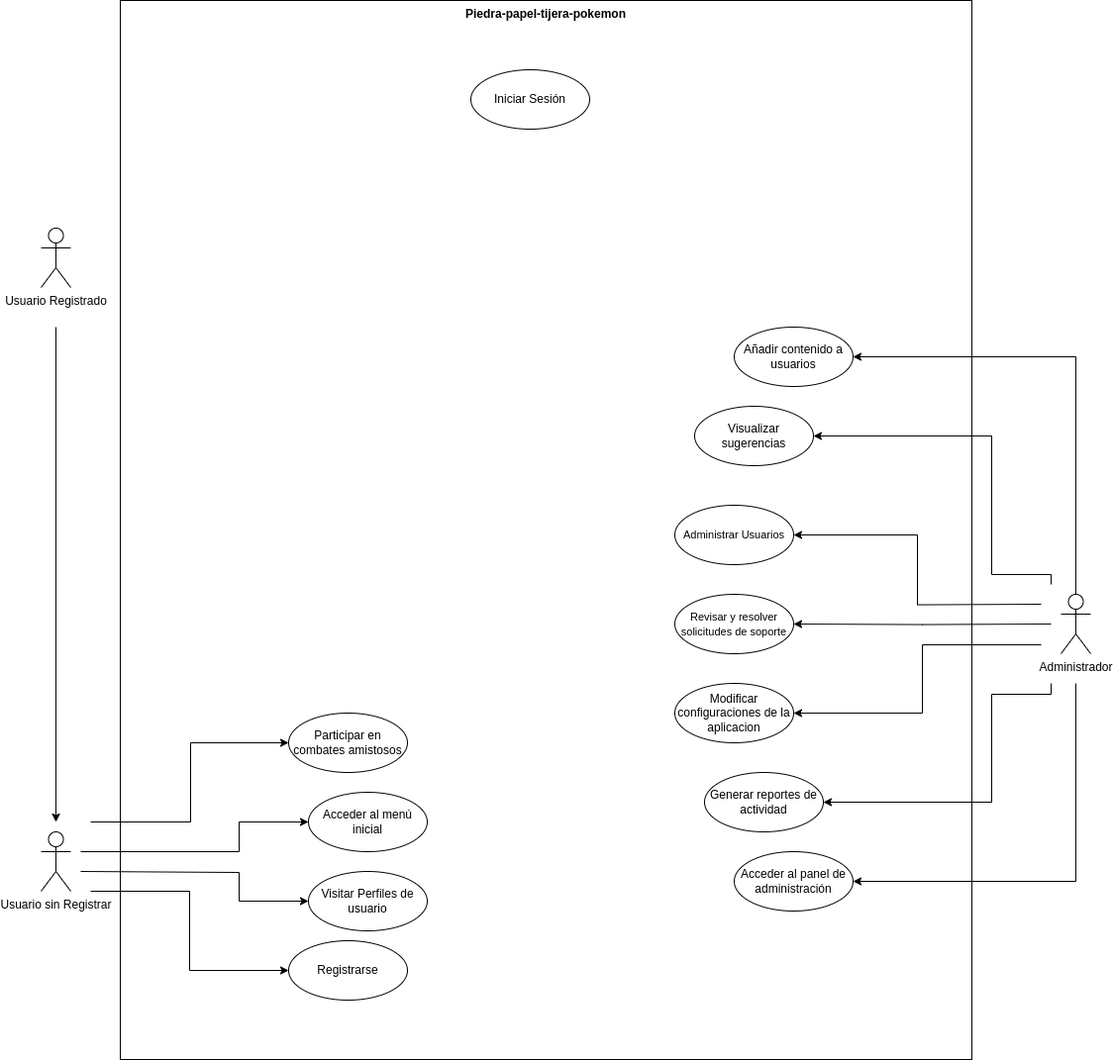
The draw.io diagram docs/diseño/diagramas/Diagrama-piedra-papel-tijera.drawio.png in diego-febles-seoane/piedra-papel-o-tijera-pokemon, before a commit. Source tidied: cells renumbered, new cells last; positions are measured from the earlier drawing's top-left corner, leaving out a move shared by most shapes. The source it was exported from:
```xml
<mxGraphModel>
  <root>
    <mxCell id="0" />
    <mxCell id="1" parent="0" />
    <mxCell id="2" style="edgeStyle=orthogonalEdgeStyle;rounded=0;orthogonalLoop=1;jettySize=auto;html=1;" parent="1" edge="1">
      <mxGeometry relative="1" as="geometry">
        <mxPoint x="15" y="330" as="sourcePoint" />
        <mxPoint x="15" y="830" as="targetPoint" />
        <Array as="points">
          <mxPoint x="15" y="330" />
        </Array>
      </mxGeometry>
    </mxCell>
    <mxCell id="3" value="Usuario Registrado" style="shape=umlActor;html=1;verticalLabelPosition=bottom;verticalAlign=top;align=center;" parent="1" vertex="1">
      <mxGeometry y="230" width="30" height="60" as="geometry" />
    </mxCell>
    <mxCell id="4" value="Piedra-papel-tijera-pokemon" style="shape=rect;html=1;verticalAlign=top;fontStyle=1;whiteSpace=wrap;align=center;" parent="1" vertex="1">
      <mxGeometry x="80" width="860" height="1070" as="geometry" />
    </mxCell>
    <mxCell id="5" style="edgeStyle=orthogonalEdgeStyle;rounded=0;jettySize=auto;html=1;entryX=0;entryY=0.5;entryDx=0;entryDy=0;" parent="1" edge="1" target="22">
      <mxGeometry relative="1" as="geometry">
        <mxPoint x="50" y="830" as="sourcePoint" />
        <Array as="points">
          <mxPoint x="151" y="830" />
          <mxPoint x="151" y="750" />
        </Array>
      </mxGeometry>
    </mxCell>
    <mxCell id="6" style="edgeStyle=orthogonalEdgeStyle;rounded=0;jettySize=auto;html=1;entryX=0;entryY=0.5;entryDx=0;entryDy=0;" parent="1" edge="1" target="21">
      <mxGeometry relative="1" as="geometry">
        <mxPoint x="40" y="860" as="sourcePoint" />
        <Array as="points">
          <mxPoint x="200" y="860" />
          <mxPoint x="200" y="830" />
        </Array>
      </mxGeometry>
    </mxCell>
    <mxCell id="7" style="edgeStyle=orthogonalEdgeStyle;rounded=0;jettySize=auto;html=1;entryX=0;entryY=0.5;entryDx=0;entryDy=0;" parent="1" edge="1" target="19">
      <mxGeometry relative="1" as="geometry">
        <mxPoint x="50" y="900" as="sourcePoint" />
        <Array as="points">
          <mxPoint x="150" y="900" />
          <mxPoint x="150" y="980" />
        </Array>
      </mxGeometry>
    </mxCell>
    <mxCell id="8" style="edgeStyle=orthogonalEdgeStyle;rounded=0;jettySize=auto;html=1;entryX=0;entryY=0.5;entryDx=0;entryDy=0;" parent="1" edge="1" target="20">
      <mxGeometry relative="1" as="geometry">
        <mxPoint x="40" y="880" as="sourcePoint" />
        <Array as="points">
          <mxPoint x="200" y="881" />
          <mxPoint x="200" y="910" />
        </Array>
      </mxGeometry>
    </mxCell>
    <mxCell id="9" value="Usuario sin Registrar" style="shape=umlActor;html=1;verticalLabelPosition=bottom;verticalAlign=top;align=center;" parent="1" vertex="1">
      <mxGeometry y="840" width="30" height="60" as="geometry" />
    </mxCell>
    <mxCell id="10" style="edgeStyle=orthogonalEdgeStyle;rounded=0;jettySize=auto;html=1;entryX=1;entryY=0.5;entryDx=0;entryDy=0;" parent="1" edge="1" target="26">
      <mxGeometry relative="1" as="geometry">
        <mxPoint x="1020" y="630" as="sourcePoint" />
      </mxGeometry>
    </mxCell>
    <mxCell id="11" style="edgeStyle=orthogonalEdgeStyle;rounded=0;jettySize=auto;html=1;entryX=1;entryY=0.5;entryDx=0;entryDy=0;" parent="1" edge="1" target="29">
      <mxGeometry relative="1" as="geometry">
        <mxPoint x="1010" y="610" as="sourcePoint" />
      </mxGeometry>
    </mxCell>
    <mxCell id="12" style="edgeStyle=orthogonalEdgeStyle;rounded=0;jettySize=auto;html=1;entryX=1;entryY=0.5;entryDx=0;entryDy=0;" parent="1" edge="1" target="25">
      <mxGeometry relative="1" as="geometry">
        <mxPoint x="1010" y="651" as="sourcePoint" />
        <Array as="points">
          <mxPoint x="890" y="651" />
          <mxPoint x="890" y="720" />
        </Array>
      </mxGeometry>
    </mxCell>
    <mxCell id="13" style="edgeStyle=orthogonalEdgeStyle;rounded=0;jettySize=auto;html=1;entryX=1;entryY=0.5;entryDx=0;entryDy=0;" parent="1" edge="1" target="27">
      <mxGeometry relative="1" as="geometry">
        <mxPoint x="1020" y="590" as="sourcePoint" />
        <Array as="points">
          <mxPoint x="1020" y="580" />
          <mxPoint x="960" y="580" />
          <mxPoint x="960" y="440" />
        </Array>
      </mxGeometry>
    </mxCell>
    <mxCell id="14" style="edgeStyle=orthogonalEdgeStyle;rounded=0;jettySize=auto;html=1;exitX=0.5;exitY=0;exitDx=0;exitDy=0;exitPerimeter=0;entryX=1;entryY=0.5;entryDx=0;entryDy=0;" parent="1" edge="1" source="17" target="28">
      <mxGeometry relative="1" as="geometry" />
    </mxCell>
    <mxCell id="15" style="edgeStyle=orthogonalEdgeStyle;rounded=0;jettySize=auto;html=1;entryX=1;entryY=0.5;entryDx=0;entryDy=0;" parent="1" edge="1" target="24">
      <mxGeometry relative="1" as="geometry">
        <mxPoint x="1045" y="690" as="sourcePoint" />
        <Array as="points">
          <mxPoint x="1045" y="890" />
        </Array>
      </mxGeometry>
    </mxCell>
    <mxCell id="16" style="edgeStyle=orthogonalEdgeStyle;rounded=0;jettySize=auto;html=1;entryX=1;entryY=0.5;entryDx=0;entryDy=0;" parent="1" edge="1" target="23">
      <mxGeometry relative="1" as="geometry">
        <mxPoint x="1020" y="690" as="sourcePoint" />
        <Array as="points">
          <mxPoint x="1020" y="690" />
          <mxPoint x="1020" y="701" />
          <mxPoint x="960" y="701" />
          <mxPoint x="960" y="810" />
        </Array>
      </mxGeometry>
    </mxCell>
    <mxCell id="17" value="Administrador" style="shape=umlActor;html=1;verticalLabelPosition=bottom;verticalAlign=top;align=center;" parent="1" vertex="1">
      <mxGeometry x="1030" y="600" width="30" height="60" as="geometry" />
    </mxCell>
    <mxCell id="18" value="Iniciar Sesión" style="ellipse;whiteSpace=wrap;html=1;" parent="1" vertex="1">
      <mxGeometry x="434" y="70" width="120" height="60" as="geometry" />
    </mxCell>
    <mxCell id="19" value="Registrarse" style="ellipse;whiteSpace=wrap;html=1;" parent="1" vertex="1">
      <mxGeometry x="250" y="950" width="120" height="60" as="geometry" />
    </mxCell>
    <mxCell id="20" value="Visitar Perfiles de usuario" style="ellipse;whiteSpace=wrap;html=1;" parent="1" vertex="1">
      <mxGeometry x="270" y="880" width="120" height="60" as="geometry" />
    </mxCell>
    <mxCell id="21" value="&lt;span style=&quot;color: rgb(0, 0, 0); font-family: Helvetica; font-size: 12px; font-style: normal; font-variant-ligatures: normal; font-variant-caps: normal; font-weight: 400; letter-spacing: normal; orphans: 2; text-align: center; text-indent: 0px; text-transform: none; widows: 2; word-spacing: 0px; -webkit-text-stroke-width: 0px; white-space: normal; background-color: rgb(251, 251, 251); text-decoration-thickness: initial; text-decoration-style: initial; text-decoration-color: initial; display: inline !important; float: none;&quot;&gt;Acceder al menú inicial&lt;/span&gt;" style="ellipse;whiteSpace=wrap;html=1;" parent="1" vertex="1">
      <mxGeometry x="270" y="800" width="120" height="60" as="geometry" />
    </mxCell>
    <mxCell id="22" value="Participar en combates amistosos" style="ellipse;whiteSpace=wrap;html=1;" parent="1" vertex="1">
      <mxGeometry x="250" y="720" width="120" height="60" as="geometry" />
    </mxCell>
    <mxCell id="23" value="Generar reportes de actividad" style="ellipse;whiteSpace=wrap;html=1;" parent="1" vertex="1">
      <mxGeometry x="670" y="780" width="120" height="60" as="geometry" />
    </mxCell>
    <mxCell id="24" value="Acceder al panel de administración" style="ellipse;whiteSpace=wrap;html=1;" parent="1" vertex="1">
      <mxGeometry x="700" y="860" width="120" height="60" as="geometry" />
    </mxCell>
    <mxCell id="25" value="Modificar configuraciones de la aplicacion" style="ellipse;whiteSpace=wrap;html=1;" parent="1" vertex="1">
      <mxGeometry x="640" y="690" width="120" height="60" as="geometry" />
    </mxCell>
    <mxCell id="26" value="&lt;font style=&quot;font-size: 11px;&quot;&gt;Revisar y resolver solicitudes de soporte&lt;/font&gt;" style="ellipse;whiteSpace=wrap;html=1;" parent="1" vertex="1">
      <mxGeometry x="640" y="600" width="120" height="60" as="geometry" />
    </mxCell>
    <mxCell id="27" value="Visualizar sugerencias" style="ellipse;whiteSpace=wrap;html=1;" parent="1" vertex="1">
      <mxGeometry x="660" y="410" width="120" height="60" as="geometry" />
    </mxCell>
    <mxCell id="28" value="Añadir contenido a usuarios" style="ellipse;whiteSpace=wrap;html=1;" parent="1" vertex="1">
      <mxGeometry x="700" y="330" width="120" height="60" as="geometry" />
    </mxCell>
    <mxCell id="29" value="&lt;span style=&quot;font-size: 11px;&quot;&gt;Administrar Usuarios&lt;/span&gt;" style="ellipse;whiteSpace=wrap;html=1;" parent="1" vertex="1">
      <mxGeometry x="640" y="510" width="120" height="60" as="geometry" />
    </mxCell>
  </root>
</mxGraphModel>
```
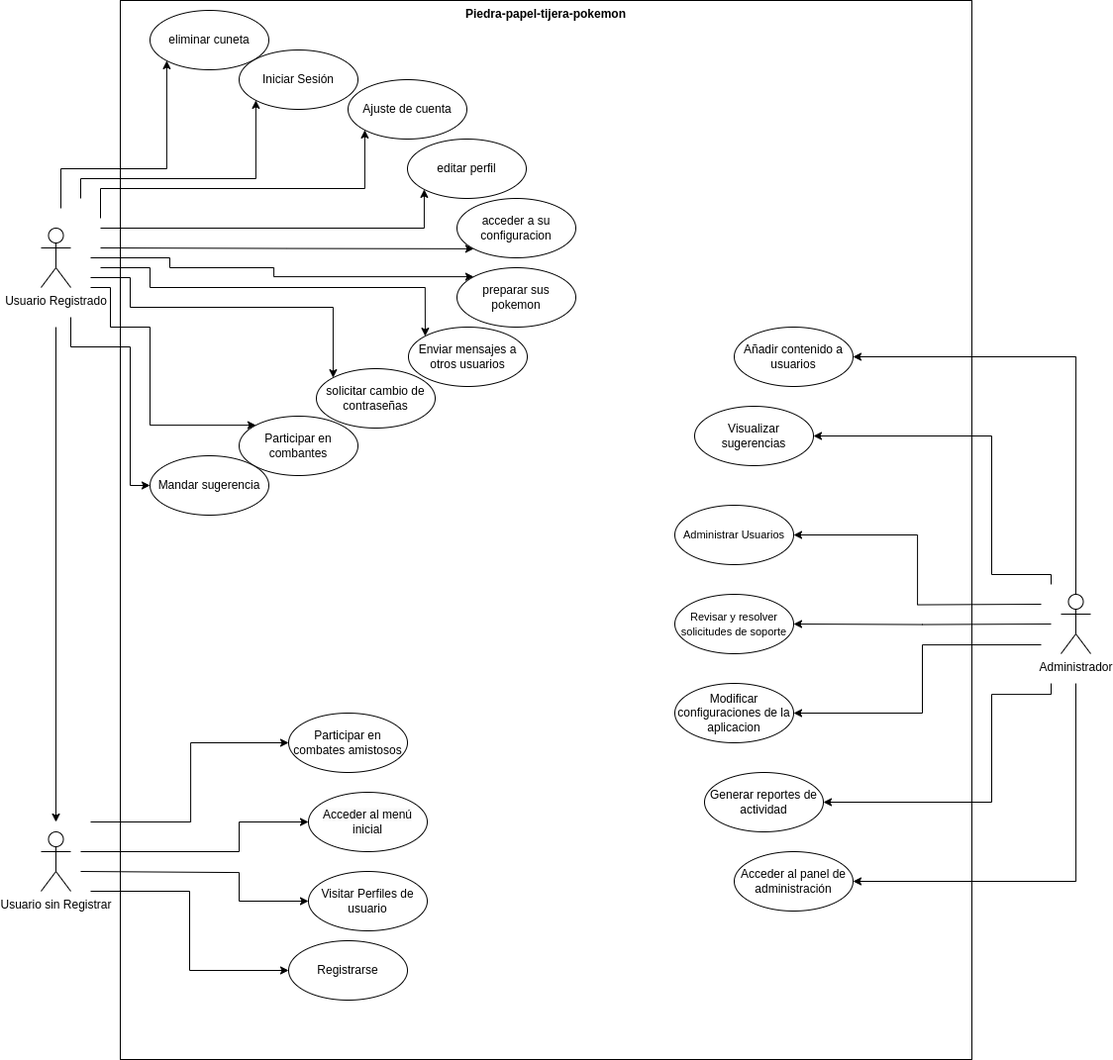
After the change.

The edit, as a diff of the source:
```diff
@@ -2,6 +2,9 @@
   <root>
     <mxCell id="0" />
     <mxCell id="1" parent="0" />
+    <mxCell id="4" value="Piedra-papel-tijera-pokemon" style="shape=rect;html=1;verticalAlign=top;fontStyle=1;whiteSpace=wrap;align=center;" parent="1" vertex="1">
+      <mxGeometry x="80" width="860" height="1070" as="geometry" />
+    </mxCell>
     <mxCell id="2" style="edgeStyle=orthogonalEdgeStyle;rounded=0;orthogonalLoop=1;jettySize=auto;html=1;" parent="1" edge="1">
       <mxGeometry relative="1" as="geometry">
         <mxPoint x="15" y="330" as="sourcePoint" />
@@ -11,12 +14,101 @@
         </Array>
       </mxGeometry>
     </mxCell>
+    <mxCell id="30" style="edgeStyle=orthogonalEdgeStyle;rounded=0;jettySize=auto;html=1;entryX=0;entryY=1;entryDx=0;entryDy=0;" parent="1" edge="1" target="47">
+      <mxGeometry relative="1" as="geometry">
+        <mxPoint x="20" y="210" as="sourcePoint" />
+        <Array as="points">
+          <mxPoint x="20" y="170" />
+          <mxPoint x="127" y="170" />
+        </Array>
+      </mxGeometry>
+    </mxCell>
+    <mxCell id="31" style="edgeStyle=orthogonalEdgeStyle;rounded=0;jettySize=auto;html=1;entryX=0;entryY=1;entryDx=0;entryDy=0;" parent="1" edge="1" target="40">
+      <mxGeometry relative="1" as="geometry">
+        <mxPoint x="60" y="220" as="sourcePoint" />
+        <Array as="points">
+          <mxPoint x="60" y="190" />
+          <mxPoint x="327" y="190" />
+        </Array>
+      </mxGeometry>
+    </mxCell>
+    <mxCell id="32" style="edgeStyle=orthogonalEdgeStyle;rounded=0;jettySize=auto;html=1;entryX=0;entryY=1;entryDx=0;entryDy=0;" parent="1" edge="1" target="18">
+      <mxGeometry relative="1" as="geometry">
+        <mxPoint x="40" y="200" as="sourcePoint" />
+        <Array as="points">
+          <mxPoint x="40" y="180" />
+          <mxPoint x="217" y="180" />
+        </Array>
+      </mxGeometry>
+    </mxCell>
+    <mxCell id="33" style="edgeStyle=orthogonalEdgeStyle;rounded=0;jettySize=auto;html=1;entryX=0;entryY=0.5;entryDx=0;entryDy=0;" parent="1" edge="1" target="48">
+      <mxGeometry relative="1" as="geometry">
+        <mxPoint x="30" y="320" as="sourcePoint" />
+        <Array as="points">
+          <mxPoint x="30" y="350" />
+          <mxPoint x="90" y="350" />
+          <mxPoint x="90" y="490" />
+        </Array>
+      </mxGeometry>
+    </mxCell>
+    <mxCell id="34" style="edgeStyle=orthogonalEdgeStyle;rounded=0;jettySize=auto;html=1;entryX=0;entryY=0;entryDx=0;entryDy=0;" parent="1" edge="1" target="46">
+      <mxGeometry relative="1" as="geometry">
+        <mxPoint x="50" y="290" as="sourcePoint" />
+        <Array as="points">
+          <mxPoint x="70" y="290" />
+          <mxPoint x="70" y="330" />
+          <mxPoint x="110" y="330" />
+          <mxPoint x="110" y="429" />
+        </Array>
+      </mxGeometry>
+    </mxCell>
+    <mxCell id="35" style="edgeStyle=orthogonalEdgeStyle;rounded=0;jettySize=auto;html=1;entryX=0;entryY=1;entryDx=0;entryDy=0;" parent="1" edge="1" target="41">
+      <mxGeometry relative="1" as="geometry">
+        <mxPoint x="60" y="230" as="sourcePoint" />
+        <Array as="points">
+          <mxPoint x="387" y="230" />
+        </Array>
+      </mxGeometry>
+    </mxCell>
+    <mxCell id="36" style="edgeStyle=orthogonalEdgeStyle;rounded=0;jettySize=auto;html=1;entryX=0;entryY=1;entryDx=0;entryDy=0;" parent="1" edge="1" target="42">
+      <mxGeometry relative="1" as="geometry">
+        <mxPoint x="60" y="250" as="sourcePoint" />
+      </mxGeometry>
+    </mxCell>
+    <mxCell id="37" style="edgeStyle=orthogonalEdgeStyle;rounded=0;jettySize=auto;html=1;entryX=0;entryY=0;entryDx=0;entryDy=0;" parent="1" edge="1" target="43">
+      <mxGeometry relative="1" as="geometry">
+        <mxPoint x="50" y="260" as="sourcePoint" />
+        <Array as="points">
+          <mxPoint x="130" y="260" />
+          <mxPoint x="130" y="270" />
+          <mxPoint x="235" y="270" />
+          <mxPoint x="235" y="279" />
+        </Array>
+      </mxGeometry>
+    </mxCell>
+    <mxCell id="38" style="edgeStyle=orthogonalEdgeStyle;rounded=0;jettySize=auto;html=1;entryX=0;entryY=0;entryDx=0;entryDy=0;" parent="1" edge="1" target="44">
+      <mxGeometry relative="1" as="geometry">
+        <mxPoint x="60" y="270" as="sourcePoint" />
+        <Array as="points">
+          <mxPoint x="110" y="270" />
+          <mxPoint x="110" y="290" />
+          <mxPoint x="388" y="290" />
+        </Array>
+      </mxGeometry>
+    </mxCell>
+    <mxCell id="39" style="edgeStyle=orthogonalEdgeStyle;rounded=0;jettySize=auto;html=1;entryX=0;entryY=0;entryDx=0;entryDy=0;" parent="1" edge="1" target="45">
+      <mxGeometry relative="1" as="geometry">
+        <mxPoint x="50" y="280" as="sourcePoint" />
+        <Array as="points">
+          <mxPoint x="90" y="280" />
+          <mxPoint x="90" y="310" />
+          <mxPoint x="295" y="310" />
+        </Array>
+      </mxGeometry>
+    </mxCell>
     <mxCell id="3" value="Usuario Registrado" style="shape=umlActor;html=1;verticalLabelPosition=bottom;verticalAlign=top;align=center;" parent="1" vertex="1">
       <mxGeometry y="230" width="30" height="60" as="geometry" />
     </mxCell>
-    <mxCell id="4" value="Piedra-papel-tijera-pokemon" style="shape=rect;html=1;verticalAlign=top;fontStyle=1;whiteSpace=wrap;align=center;" parent="1" vertex="1">
-      <mxGeometry x="80" width="860" height="1070" as="geometry" />
-    </mxCell>
     <mxCell id="5" style="edgeStyle=orthogonalEdgeStyle;rounded=0;jettySize=auto;html=1;entryX=0;entryY=0.5;entryDx=0;entryDy=0;" parent="1" edge="1" target="22">
       <mxGeometry relative="1" as="geometry">
         <mxPoint x="50" y="830" as="sourcePoint" />
@@ -111,7 +203,7 @@
       <mxGeometry x="1030" y="600" width="30" height="60" as="geometry" />
     </mxCell>
     <mxCell id="18" value="Iniciar Sesión" style="ellipse;whiteSpace=wrap;html=1;" parent="1" vertex="1">
-      <mxGeometry x="434" y="70" width="120" height="60" as="geometry" />
+      <mxGeometry x="200" y="50" width="120" height="60" as="geometry" />
     </mxCell>
     <mxCell id="19" value="Registrarse" style="ellipse;whiteSpace=wrap;html=1;" parent="1" vertex="1">
       <mxGeometry x="250" y="950" width="120" height="60" as="geometry" />
@@ -146,5 +238,32 @@
     <mxCell id="29" value="&lt;span style=&quot;font-size: 11px;&quot;&gt;Administrar Usuarios&lt;/span&gt;" style="ellipse;whiteSpace=wrap;html=1;" parent="1" vertex="1">
       <mxGeometry x="640" y="510" width="120" height="60" as="geometry" />
     </mxCell>
+    <mxCell id="40" value="Ajuste de cuenta" style="ellipse;whiteSpace=wrap;html=1;" parent="1" vertex="1">
+      <mxGeometry x="310" y="80" width="120" height="60" as="geometry" />
+    </mxCell>
+    <mxCell id="41" value="editar perfil" style="ellipse;whiteSpace=wrap;html=1;" parent="1" vertex="1">
+      <mxGeometry x="370" y="140" width="120" height="60" as="geometry" />
+    </mxCell>
+    <mxCell id="42" value="acceder a su configuracion&lt;span style=&quot;color: rgba(0, 0, 0, 0); font-family: monospace; font-size: 0px; text-align: start; text-wrap: nowrap;&quot;&gt;%3CmxGraphModel%3E%3Croot%3E%3CmxCell%20id%3D%220%22%2F%3E%3CmxCell%20id%3D%221%22%20parent%3D%220%22%2F%3E%3CmxCell%20id%3D%222%22%20value%3D%22editar%20perfil%22%20style%3D%22ellipse%3BwhiteSpace%3Dwrap%3Bhtml%3D1%3B%22%20vertex%3D%221%22%20parent%3D%221%22%3E%3CmxGeometry%20x%3D%22350%22%20y%3D%22-200%22%20width%3D%22120%22%20height%3D%2260%22%20as%3D%22geometry%22%2F%3E%3C%2FmxCell%3E%3C%2Froot%3E%3C%2FmxGraphModel%3E&lt;/span&gt;" style="ellipse;whiteSpace=wrap;html=1;" parent="1" vertex="1">
+      <mxGeometry x="420" y="200" width="120" height="60" as="geometry" />
+    </mxCell>
+    <mxCell id="43" value="preparar sus pokemon" style="ellipse;whiteSpace=wrap;html=1;" parent="1" vertex="1">
+      <mxGeometry x="420" y="270" width="120" height="60" as="geometry" />
+    </mxCell>
+    <mxCell id="44" value="Enviar mensajes a otros usuarios" style="ellipse;whiteSpace=wrap;html=1;" parent="1" vertex="1">
+      <mxGeometry x="371" y="330" width="120" height="60" as="geometry" />
+    </mxCell>
+    <mxCell id="45" value="solicitar cambio de contraseñas" style="ellipse;whiteSpace=wrap;html=1;" parent="1" vertex="1">
+      <mxGeometry x="278" y="372" width="120" height="60" as="geometry" />
+    </mxCell>
+    <mxCell id="46" value="Participar en combantes" style="ellipse;whiteSpace=wrap;html=1;" parent="1" vertex="1">
+      <mxGeometry x="200" y="420" width="120" height="60" as="geometry" />
+    </mxCell>
+    <mxCell id="47" value="eliminar cuneta" style="ellipse;whiteSpace=wrap;html=1;" parent="1" vertex="1">
+      <mxGeometry x="110" y="10" width="120" height="60" as="geometry" />
+    </mxCell>
+    <mxCell id="48" value="Mandar sugerencia" style="ellipse;whiteSpace=wrap;html=1;" parent="1" vertex="1">
+      <mxGeometry x="110" y="460" width="120" height="60" as="geometry" />
+    </mxCell>
   </root>
 </mxGraphModel>
```
